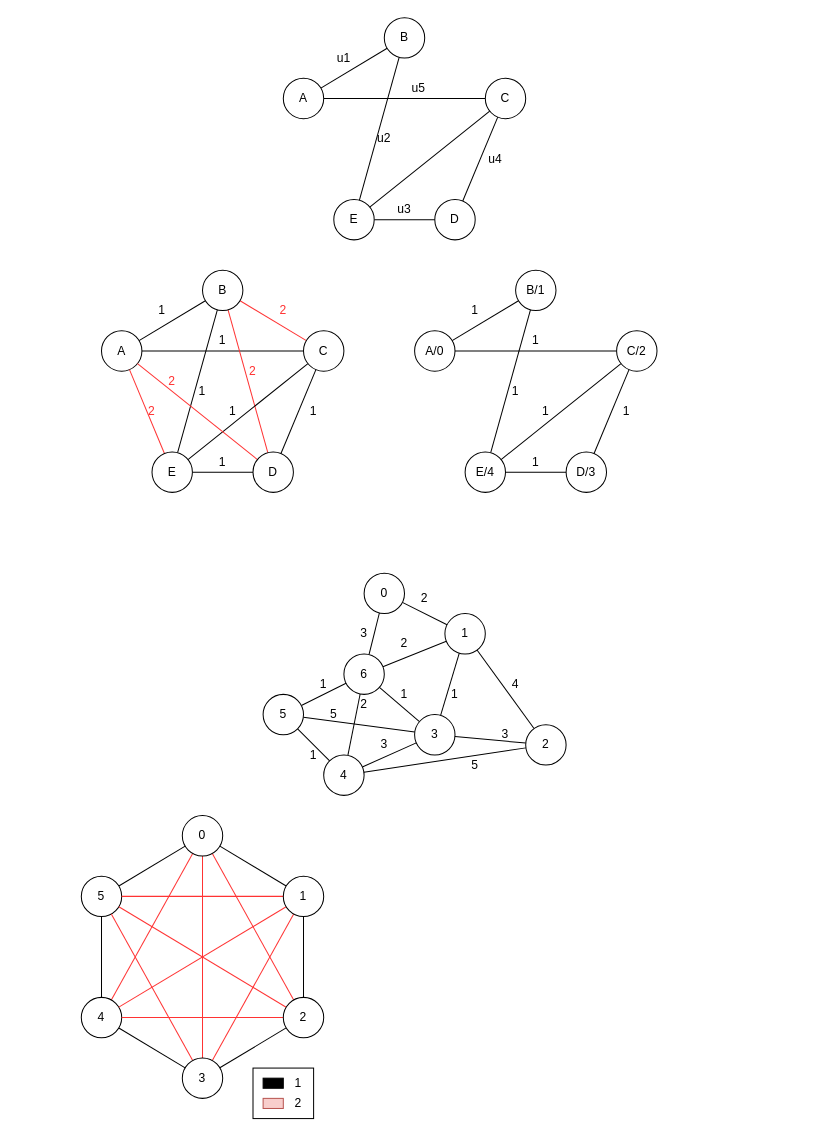
atarte/-Algorithmique_Avancee keeps this draw.io diagram as schéma/graph.drawio. Above is the earlier version. Source tidied: cells renumbered, new cells numbered last; positions are measured from the earlier drawing's top-left corner, leaving out a move shared by most shapes. Both pictures are drawn from the tidied source at 101%, with x=0, y=0 at pixel (81, 17).
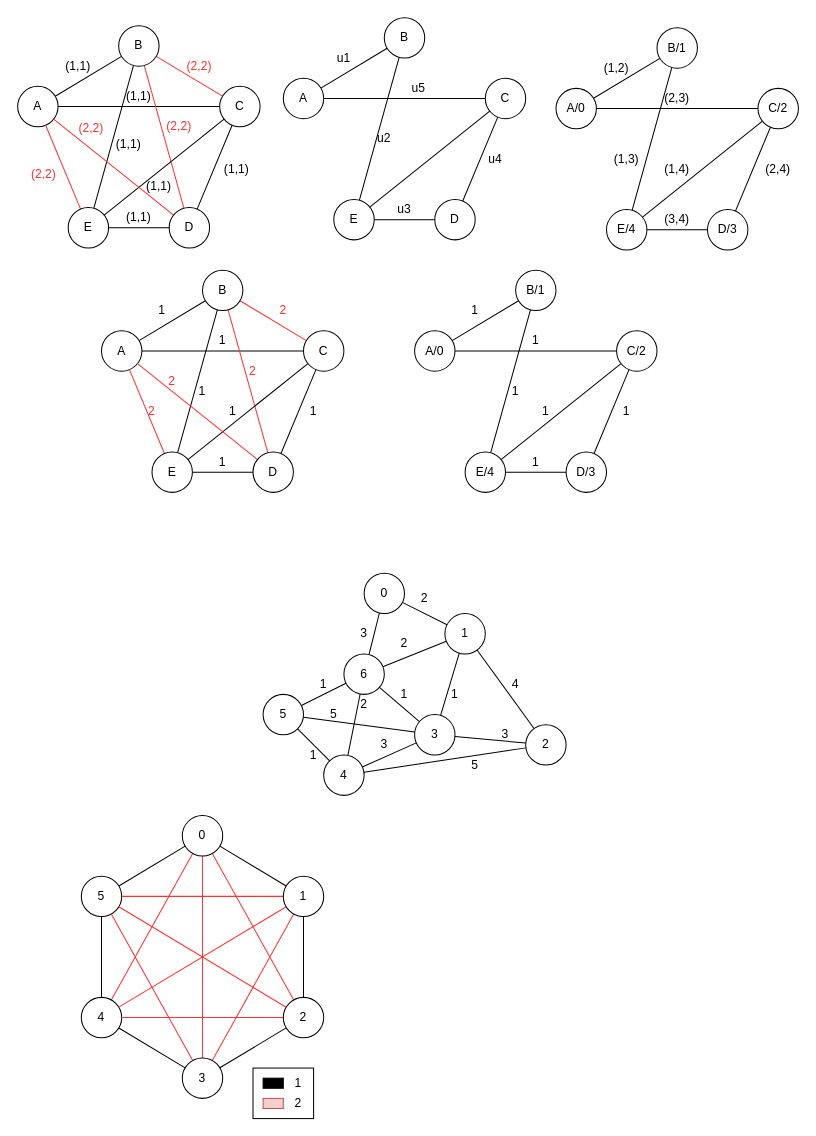
Above is the later version.

The edit, as a diff of the source:
```diff
@@
+    <mxCell id="119" style="rounded=0;jettySize=auto;html=1;endArrow=none;endFill=0;" parent="1" edge="1" source="121" target="123">
+      <mxGeometry relative="1" as="geometry" />
+    </mxCell>
+    <mxCell id="120" style="edgeStyle=none;rounded=0;jettySize=auto;html=1;endArrow=none;endFill=0;" parent="1" edge="1" source="121" target="125">
+      <mxGeometry relative="1" as="geometry" />
+    </mxCell>
+    <mxCell id="121" value="A/0" style="ellipse;whiteSpace=wrap;html=1;" parent="1" vertex="1">
+      <mxGeometry x="470" y="70" width="40" height="40" as="geometry" />
+    </mxCell>
+    <mxCell id="122" style="edgeStyle=none;rounded=0;jettySize=auto;html=1;endArrow=none;endFill=0;" parent="1" edge="1" source="123" target="129">
+      <mxGeometry relative="1" as="geometry" />
+    </mxCell>
+    <mxCell id="123" value="B/1" style="ellipse;whiteSpace=wrap;html=1;" parent="1" vertex="1">
+      <mxGeometry x="570" y="10" width="40" height="40" as="geometry" />
+    </mxCell>
+    <mxCell id="124" style="edgeStyle=none;rounded=0;jettySize=auto;html=1;endArrow=none;endFill=0;" parent="1" edge="1" source="125" target="129">
+      <mxGeometry relative="1" as="geometry" />
+    </mxCell>
+    <mxCell id="125" value="C/2" style="ellipse;whiteSpace=wrap;html=1;" parent="1" vertex="1">
+      <mxGeometry x="670" y="70" width="40" height="40" as="geometry" />
+    </mxCell>
+    <mxCell id="126" style="edgeStyle=none;rounded=0;jettySize=auto;html=1;endArrow=none;endFill=0;" parent="1" edge="1" source="127" target="125">
+      <mxGeometry relative="1" as="geometry" />
+    </mxCell>
+    <mxCell id="127" value="D/3" style="ellipse;whiteSpace=wrap;html=1;" parent="1" vertex="1">
+      <mxGeometry x="620" y="190" width="40" height="40" as="geometry" />
+    </mxCell>
+    <mxCell id="128" style="edgeStyle=none;rounded=0;jettySize=auto;html=1;endArrow=none;endFill=0;" parent="1" edge="1" source="129" target="127">
+      <mxGeometry relative="1" as="geometry" />
+    </mxCell>
+    <mxCell id="129" value="E/4" style="ellipse;whiteSpace=wrap;html=1;" parent="1" vertex="1">
+      <mxGeometry x="520" y="190" width="40" height="40" as="geometry" />
+    </mxCell>
+    <mxCell id="130" value="(1,2)" style="text;html=1;strokeColor=none;fillColor=none;align=center;verticalAlign=middle;whiteSpace=wrap;rounded=0;" parent="1" vertex="1">
+      <mxGeometry x="510" y="40" width="40" height="20" as="geometry" />
+    </mxCell>
+    <mxCell id="131" value="(1,3)" style="text;html=1;strokeColor=none;fillColor=none;align=center;verticalAlign=middle;whiteSpace=wrap;rounded=0;" parent="1" vertex="1">
+      <mxGeometry x="520" y="130" width="40" height="20" as="geometry" />
+    </mxCell>
+    <mxCell id="132" value="(2,3)" style="text;html=1;strokeColor=none;fillColor=none;align=center;verticalAlign=middle;whiteSpace=wrap;rounded=0;" parent="1" vertex="1">
+      <mxGeometry x="570" y="70" width="40" height="20" as="geometry" />
+    </mxCell>
+    <mxCell id="133" value="(1,4)" style="text;html=1;strokeColor=none;fillColor=none;align=center;verticalAlign=middle;whiteSpace=wrap;rounded=0;" parent="1" vertex="1">
+      <mxGeometry x="570" y="140" width="40" height="20" as="geometry" />
+    </mxCell>
+    <mxCell id="134" value="(2,4)" style="text;html=1;strokeColor=none;fillColor=none;align=center;verticalAlign=middle;whiteSpace=wrap;rounded=0;" parent="1" vertex="1">
+      <mxGeometry x="670" y="140" width="40" height="20" as="geometry" />
+    </mxCell>
+    <mxCell id="135" value="(3,4)" style="text;html=1;strokeColor=none;fillColor=none;align=center;verticalAlign=middle;whiteSpace=wrap;rounded=0;" parent="1" vertex="1">
+      <mxGeometry x="570" y="190" width="40" height="20" as="geometry" />
+    </mxCell>
+    <mxCell id="136" style="rounded=0;jettySize=auto;html=1;endArrow=none;endFill=0;" parent="1" edge="1" source="138" target="142">
+      <mxGeometry relative="1" as="geometry" />
+    </mxCell>
+    <mxCell id="137" style="edgeStyle=none;rounded=0;jettySize=auto;html=1;endArrow=none;endFill=0;" parent="1" edge="1" source="138" target="144">
+      <mxGeometry relative="1" as="geometry" />
+    </mxCell>
+    <mxCell id="138" value="A" style="ellipse;whiteSpace=wrap;html=1;" parent="1" vertex="1">
+      <mxGeometry x="-63" y="68" width="40" height="40" as="geometry" />
+    </mxCell>
+    <mxCell id="139" style="edgeStyle=none;rounded=0;jettySize=auto;html=1;endArrow=none;endFill=0;" parent="1" edge="1" source="142" target="150">
+      <mxGeometry relative="1" as="geometry" />
+    </mxCell>
+    <mxCell id="140" style="edgeStyle=none;rounded=0;jettySize=auto;html=1;endArrow=none;endFill=0;strokeColor=#FF3333;" parent="1" edge="1" source="142" target="147">
+      <mxGeometry relative="1" as="geometry" />
+    </mxCell>
+    <mxCell id="141" style="edgeStyle=none;rounded=0;jettySize=auto;html=1;endArrow=none;endFill=0;strokeColor=#FF3333;" parent="1" edge="1" source="142" target="144">
+      <mxGeometry relative="1" as="geometry" />
+    </mxCell>
+    <mxCell id="142" value="B" style="ellipse;whiteSpace=wrap;html=1;" parent="1" vertex="1">
+      <mxGeometry x="37" y="8" width="40" height="40" as="geometry" />
+    </mxCell>
+    <mxCell id="143" style="edgeStyle=none;rounded=0;jettySize=auto;html=1;endArrow=none;endFill=0;" parent="1" edge="1" source="144" target="150">
+      <mxGeometry relative="1" as="geometry" />
+    </mxCell>
+    <mxCell id="144" value="C" style="ellipse;whiteSpace=wrap;html=1;" parent="1" vertex="1">
+      <mxGeometry x="137" y="68" width="40" height="40" as="geometry" />
+    </mxCell>
+    <mxCell id="145" style="edgeStyle=none;rounded=0;jettySize=auto;html=1;endArrow=none;endFill=0;" parent="1" edge="1" source="147" target="144">
+      <mxGeometry relative="1" as="geometry" />
+    </mxCell>
+    <mxCell id="146" style="edgeStyle=none;rounded=0;jettySize=auto;html=1;endArrow=none;endFill=0;strokeColor=#FF3333;" parent="1" edge="1" source="147" target="138">
+      <mxGeometry relative="1" as="geometry" />
+    </mxCell>
+    <mxCell id="147" value="D" style="ellipse;whiteSpace=wrap;html=1;" parent="1" vertex="1">
+      <mxGeometry x="87" y="188" width="40" height="40" as="geometry" />
+    </mxCell>
+    <mxCell id="148" style="edgeStyle=none;rounded=0;jettySize=auto;html=1;endArrow=none;endFill=0;" parent="1" edge="1" source="150" target="147">
+      <mxGeometry relative="1" as="geometry" />
+    </mxCell>
+    <mxCell id="149" style="edgeStyle=none;rounded=0;jettySize=auto;html=1;endArrow=none;endFill=0;strokeColor=#FF3333;" parent="1" edge="1" source="150" target="138">
+      <mxGeometry relative="1" as="geometry" />
+    </mxCell>
+    <mxCell id="150" value="E" style="ellipse;whiteSpace=wrap;html=1;" parent="1" vertex="1">
+      <mxGeometry x="-13" y="188" width="40" height="40" as="geometry" />
+    </mxCell>
+    <mxCell id="151" value="(1,1)" style="text;html=1;strokeColor=none;fillColor=none;align=center;verticalAlign=middle;whiteSpace=wrap;rounded=0;" parent="1" vertex="1">
+      <mxGeometry x="-23" y="38" width="40" height="20" as="geometry" />
+    </mxCell>
+    <mxCell id="152" value="(1,1)" style="text;html=1;strokeColor=none;fillColor=none;align=center;verticalAlign=middle;whiteSpace=wrap;rounded=0;" parent="1" vertex="1">
+      <mxGeometry x="27" y="116" width="40" height="20" as="geometry" />
+    </mxCell>
+    <mxCell id="153" value="(1,1)" style="text;html=1;strokeColor=none;fillColor=none;align=center;verticalAlign=middle;whiteSpace=wrap;rounded=0;" parent="1" vertex="1">
+      <mxGeometry x="37" y="68" width="40" height="20" as="geometry" />
+    </mxCell>
+    <mxCell id="154" value="(1,1)" style="text;html=1;strokeColor=none;fillColor=none;align=center;verticalAlign=middle;whiteSpace=wrap;rounded=0;" parent="1" vertex="1">
+      <mxGeometry x="57" y="157" width="40" height="20" as="geometry" />
+    </mxCell>
+    <mxCell id="155" value="(1,1)" style="text;html=1;strokeColor=none;fillColor=none;align=center;verticalAlign=middle;whiteSpace=wrap;rounded=0;" parent="1" vertex="1">
+      <mxGeometry x="134" y="140" width="40" height="20" as="geometry" />
+    </mxCell>
+    <mxCell id="156" value="(1,1)" style="text;html=1;strokeColor=none;fillColor=none;align=center;verticalAlign=middle;whiteSpace=wrap;rounded=0;" parent="1" vertex="1">
+      <mxGeometry x="37" y="188" width="40" height="20" as="geometry" />
+    </mxCell>
+    <mxCell id="157" value="&lt;span style=&quot;color: rgb(255, 51, 51);&quot;&gt;(2,2)&lt;/span&gt;" style="text;html=1;strokeColor=none;fillColor=none;align=center;verticalAlign=middle;whiteSpace=wrap;rounded=0;" parent="1" vertex="1">
+      <mxGeometry x="77" y="98" width="40" height="20" as="geometry" />
+    </mxCell>
+    <mxCell id="158" value="&lt;span style=&quot;color: rgb(255, 51, 51);&quot;&gt;(2,2)&lt;/span&gt;" style="text;html=1;strokeColor=none;fillColor=none;align=center;verticalAlign=middle;whiteSpace=wrap;rounded=0;" parent="1" vertex="1">
+      <mxGeometry x="-10" y="100" width="40" height="20" as="geometry" />
+    </mxCell>
+    <mxCell id="159" value="&lt;span style=&quot;color: rgb(255, 51, 51);&quot;&gt;(2,2)&lt;/span&gt;" style="text;html=1;strokeColor=none;fillColor=none;align=center;verticalAlign=middle;whiteSpace=wrap;rounded=0;" parent="1" vertex="1">
+      <mxGeometry x="-57" y="145" width="40" height="20" as="geometry" />
+    </mxCell>
+    <mxCell id="160" value="&lt;font color=&quot;#ff3333&quot;&gt;(2,2)&lt;/font&gt;" style="text;html=1;strokeColor=none;fillColor=none;align=center;verticalAlign=middle;whiteSpace=wrap;rounded=0;" parent="1" vertex="1">
+      <mxGeometry x="97" y="38" width="40" height="20" as="geometry" />
+    </mxCell>
```
